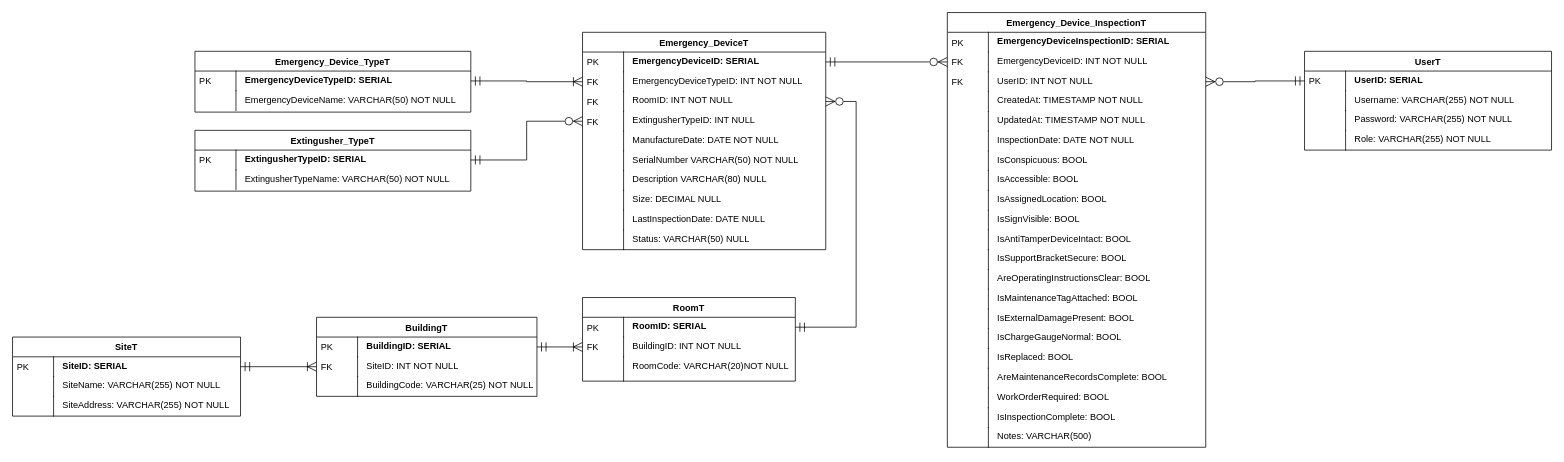
This is page "Page-1" (1 of 3) of Diagrams/ERD/erd.drawio from AlexGithub777/BAP---Project, a draw.io file, before an edit. Source tidied: cells renumbered, new cells numbered last; positions are measured from the earlier drawing's top-left corner, leaving out a move shared by most shapes. Both pictures are drawn from the tidied source at 76%, with x=0, y=0 at pixel (12, 12).
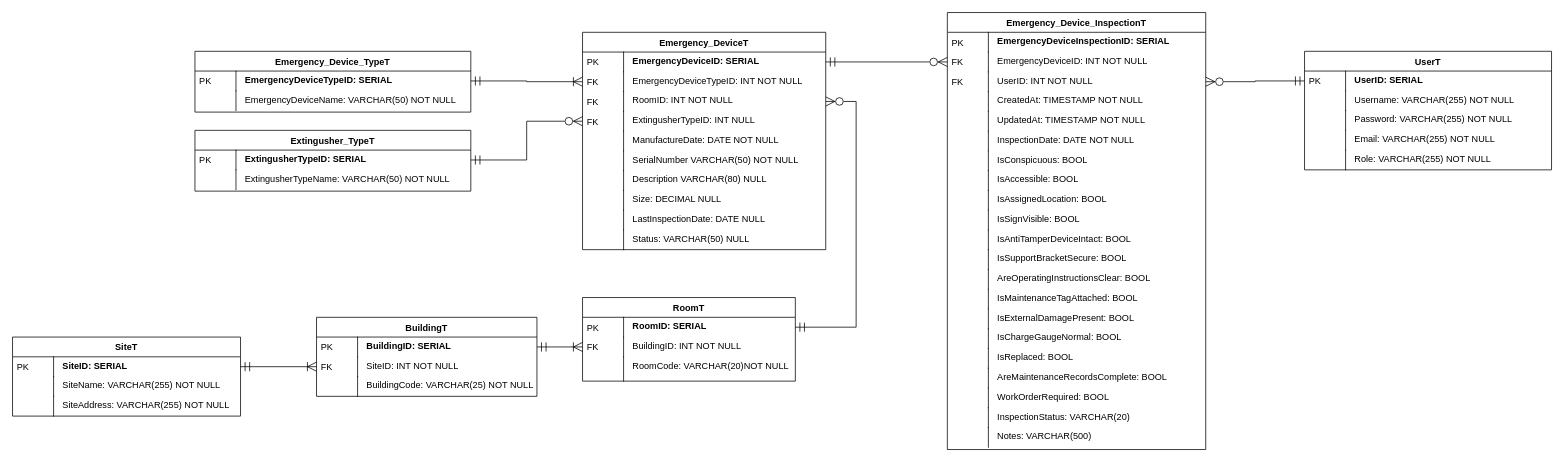
Above is the later version.

The edit, as a diff of the source:
```diff
@@
     <mxCell id="44" value="Emergency_Device_InspectionT" style="swimlane;fontStyle=1;horizontal=1;startSize=26;fillColor=default;swimlaneFillColor=default;align=center;" parent="1" vertex="1">
-      <mxGeometry x="1230" width="340" height="572" as="geometry" />
+      <mxGeometry x="1230" width="340" height="575" as="geometry" />
     </mxCell>
@@
-    <mxCell id="83" value="IsInspectionComplete: BOOL" style="shape=partialRectangle;top=0;left=0;right=0;bottom=0;align=left;verticalAlign=top;spacingTop=-2;fillColor=none;spacingLeft=64;spacingRight=4;overflow=hidden;" parent="44" vertex="1">
-      <mxGeometry y="520" width="340" height="26" as="geometry" />
-    </mxCell>
-    <mxCell id="84" style="shape=partialRectangle;top=0;left=0;bottom=0;fillColor=none;align=left;verticalAlign=middle;spacingLeft=4;spacingRight=4;overflow=hidden;" parent="83" vertex="1">
-      <mxGeometry width="54" height="26" as="geometry" />
-    </mxCell>
+    <mxCell id="113" value="InspectionStatus: VARCHAR(20)" style="shape=partialRectangle;top=0;left=0;right=0;bottom=0;align=left;verticalAlign=top;spacingTop=-2;fillColor=none;spacingLeft=64;spacingRight=4;overflow=hidden;" parent="44" vertex="1">
+      <mxGeometry y="520" width="340" height="26" as="geometry" />
+    </mxCell>
+    <mxCell id="114" style="shape=partialRectangle;top=0;left=0;bottom=0;fillColor=none;align=left;verticalAlign=middle;spacingLeft=4;spacingRight=4;overflow=hidden;" parent="113" vertex="1">
+      <mxGeometry width="54" height="26" as="geometry" />
+    </mxCell>
@@
     <mxCell id="87" value="UserT" style="swimlane;fontStyle=1;horizontal=1;startSize=26;fillColor=default;swimlaneFillColor=default;align=center;" parent="1" vertex="1">
-      <mxGeometry x="1700" y="51" width="325" height="130" as="geometry" />
+      <mxGeometry x="1700" y="51" width="325" height="156" as="geometry" />
     </mxCell>
@@
+    <mxCell id="115" value="Email: VARCHAR(255) NOT NULL" style="shape=partialRectangle;top=0;left=0;right=0;bottom=0;align=left;verticalAlign=top;spacingTop=-2;fillColor=none;spacingLeft=64;spacingRight=4;overflow=hidden;" parent="87" vertex="1">
+      <mxGeometry y="104" width="325" height="26" as="geometry" />
+    </mxCell>
+    <mxCell id="116" style="shape=partialRectangle;top=0;left=0;bottom=0;fillColor=none;align=left;verticalAlign=middle;spacingLeft=4;spacingRight=4;overflow=hidden;" parent="115" vertex="1">
+      <mxGeometry width="54" height="26" as="geometry" />
+    </mxCell>
     <mxCell id="94" value="Role: VARCHAR(255) NOT NULL" style="shape=partialRectangle;top=0;left=0;right=0;bottom=0;align=left;verticalAlign=top;spacingTop=-2;fillColor=none;spacingLeft=64;spacingRight=4;overflow=hidden;" parent="87" vertex="1">
-      <mxGeometry y="104" width="325" height="26" as="geometry" />
+      <mxGeometry y="130" width="325" height="26" as="geometry" />
     </mxCell>
```
